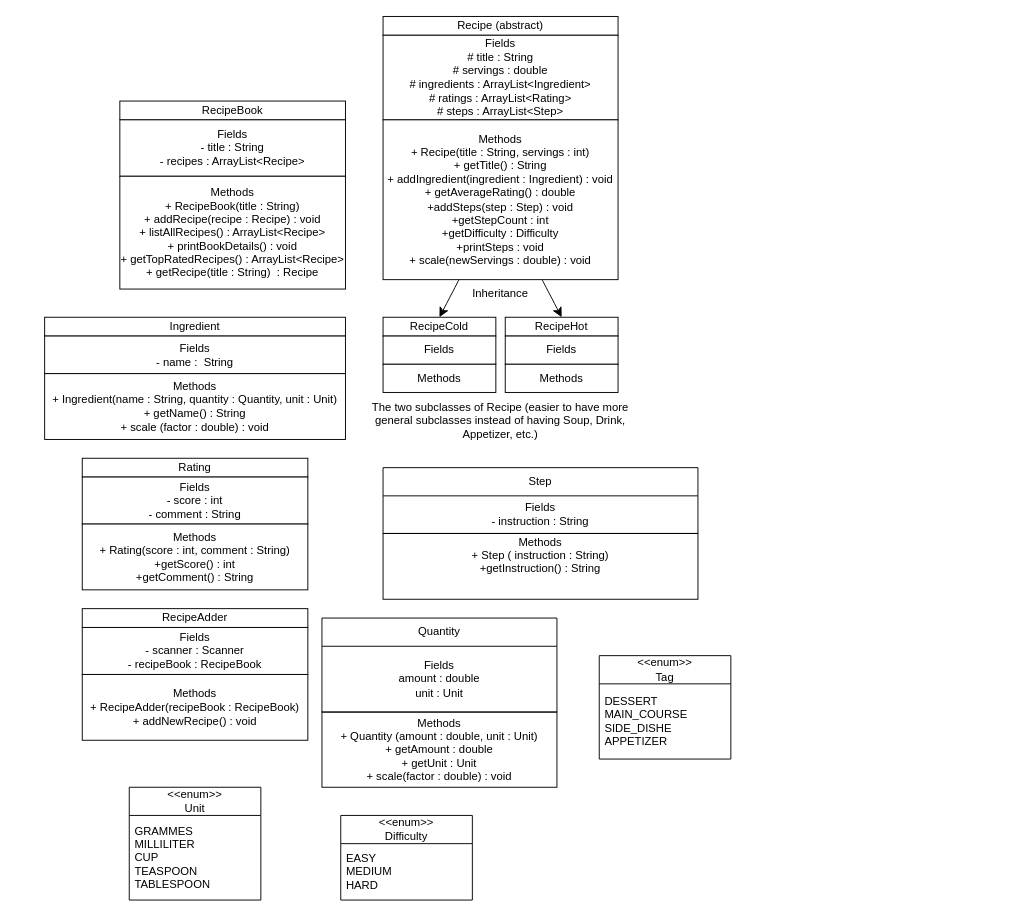
The draw.io diagram UML_LIA Part1.drawio in HTbuilderKid/Recipe_Book_Project, before the edit. Source tidied: cells renumbered, new cells numbered last; positions are measured from the earlier drawing's top-left corner, leaving out a move shared by most shapes. Both pictures are drawn from the tidied source at 94%, with x=0, y=0 at pixel (44, 16).
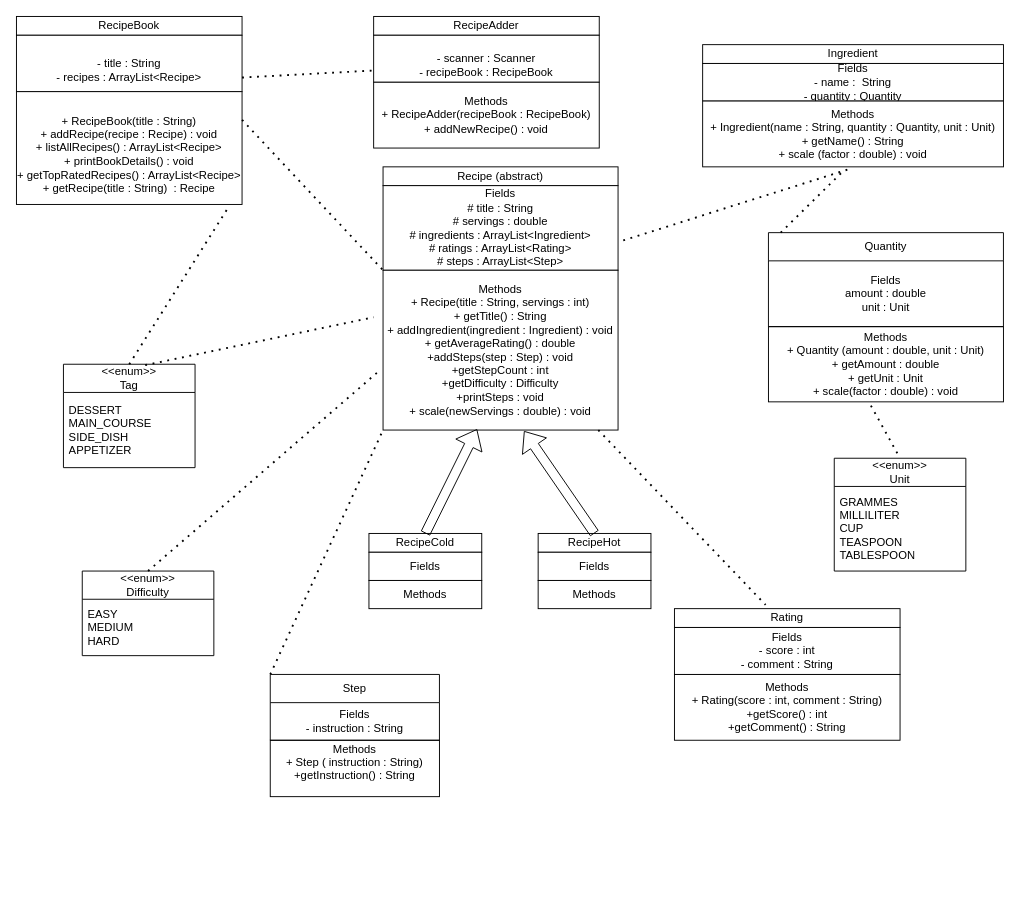
Above is the later version.

The edit, as a diff of the source:
```diff
@@
     <mxCell id="2" value="RecipeBook" style="rounded=0;whiteSpace=wrap;html=1;" parent="1" vertex="1">
-      <mxGeometry x="80" y="90" width="240" height="20" as="geometry" />
+      <mxGeometry x="-30" width="240" height="20" as="geometry" />
     </mxCell>
-    <mxCell id="3" value="Fields&lt;div&gt;- title : String&lt;/div&gt;&lt;div&gt;- recipes : ArrayList&amp;lt;Recipe&amp;gt;&lt;/div&gt;" style="rounded=0;whiteSpace=wrap;html=1;" parent="1" vertex="1">
-      <mxGeometry x="80" y="110" width="240" height="60" as="geometry" />
+    <mxCell id="3" value="&lt;br&gt;&lt;div&gt;- title : String&lt;/div&gt;&lt;div&gt;- recipes : ArrayList&amp;lt;Recipe&amp;gt;&lt;/div&gt;" style="rounded=0;whiteSpace=wrap;html=1;" parent="1" vertex="1">
+      <mxGeometry x="-30" y="20" width="240" height="60" as="geometry" />
     </mxCell>
-    <mxCell id="4" value="Methods&lt;div&gt;+ RecipeBook(title : String)&lt;/div&gt;&lt;div&gt;+ addRecipe(recipe : Recipe) : void&lt;/div&gt;&lt;div&gt;+ listAllRecipes() : ArrayList&amp;lt;Recipe&amp;gt;&lt;/div&gt;&lt;div&gt;+ printBookDetails() : void&lt;/div&gt;&lt;div&gt;+ getTopRatedRecipes() : ArrayList&amp;lt;Recipe&amp;gt;&lt;/div&gt;&lt;div&gt;+ getRecipe(title : String)&amp;nbsp; : Recipe&lt;/div&gt;" style="rounded=0;whiteSpace=wrap;html=1;" parent="1" vertex="1">
-      <mxGeometry x="80" y="170" width="240" height="120" as="geometry" />
+    <mxCell id="4" value="&lt;br&gt;&lt;div&gt;+ RecipeBook(title : String)&lt;/div&gt;&lt;div&gt;+ addRecipe(recipe : Recipe) : void&lt;/div&gt;&lt;div&gt;+ listAllRecipes() : ArrayList&amp;lt;Recipe&amp;gt;&lt;/div&gt;&lt;div&gt;+ printBookDetails() : void&lt;/div&gt;&lt;div&gt;+ getTopRatedRecipes() : ArrayList&amp;lt;Recipe&amp;gt;&lt;/div&gt;&lt;div&gt;+ getRecipe(title : String)&amp;nbsp; : Recipe&lt;/div&gt;" style="rounded=0;whiteSpace=wrap;html=1;" parent="1" vertex="1">
+      <mxGeometry x="-30" y="80" width="240" height="120" as="geometry" />
     </mxCell>
     <mxCell id="5" value="Recipe (abstract)" style="rounded=0;whiteSpace=wrap;html=1;" parent="1" vertex="1">
-      <mxGeometry x="360" width="250" height="20" as="geometry" />
+      <mxGeometry x="360" y="160" width="250" height="20" as="geometry" />
     </mxCell>
     <mxCell id="6" value="Fields&lt;div&gt;# title : String&lt;/div&gt;&lt;div&gt;# servings : double&lt;/div&gt;&lt;div&gt;# ingredients : ArrayList&amp;lt;Ingredient&amp;gt;&lt;/div&gt;&lt;div&gt;# ratings : ArrayList&amp;lt;Rating&amp;gt;&lt;/div&gt;&lt;div&gt;# steps : ArrayList&amp;lt;Step&amp;gt;&lt;/div&gt;" style="rounded=0;whiteSpace=wrap;html=1;" parent="1" vertex="1">
-      <mxGeometry x="360" y="20" width="250" height="90" as="geometry" />
+      <mxGeometry x="360" y="180" width="250" height="90" as="geometry" />
     </mxCell>
-    <mxCell id="7" style="edgeStyle=none;curved=1;rounded=0;jettySize=auto;html=1;entryX=0.5;entryY=0;entryDx=0;entryDy=0;fontSize=12;startSize=8;endSize=8;" parent="1" edge="1" source="9" target="19">
-      <mxGeometry relative="1" as="geometry" />
-    </mxCell>
-    <mxCell id="8" style="edgeStyle=none;curved=1;rounded=0;jettySize=auto;html=1;entryX=0.5;entryY=0;entryDx=0;entryDy=0;fontSize=12;startSize=8;endSize=8;" parent="1" edge="1" source="9" target="22">
-      <mxGeometry relative="1" as="geometry" />
-    </mxCell>
     <mxCell id="9" value="&lt;div&gt;&lt;br&gt;&lt;/div&gt;Methods&lt;div&gt;+ Recipe(title : String, servings : int)&lt;/div&gt;&lt;div&gt;+ getTitle() : String&lt;/div&gt;&lt;div&gt;+ addIngredient(ingredient : Ingredient) : void&lt;/div&gt;&lt;div&gt;+ getAverageRating() : double&lt;/div&gt;&lt;div&gt;+addSteps(step : Step) : void&lt;/div&gt;&lt;div&gt;+getStepCount : int&lt;/div&gt;&lt;div&gt;+getDifficulty : Difficulty&lt;/div&gt;&lt;div&gt;+printSteps : void&lt;/div&gt;&lt;div&gt;+ scale(newServings : double) : void&lt;/div&gt;&lt;div&gt;&lt;br&gt;&lt;/div&gt;" style="rounded=0;whiteSpace=wrap;html=1;" parent="1" vertex="1">
-      <mxGeometry x="360" y="110" width="250" height="170" as="geometry" />
+      <mxGeometry x="360" y="270" width="250" height="170" as="geometry" />
     </mxCell>
     <mxCell id="10" value="Ingredient" style="rounded=0;whiteSpace=wrap;html=1;" parent="1" vertex="1">
-      <mxGeometry y="320" width="320" height="20" as="geometry" />
+      <mxGeometry x="700" y="30" width="320" height="20" as="geometry" />
     </mxCell>
-    <mxCell id="11" value="Fields&lt;div&gt;- name :&amp;nbsp; String&lt;/div&gt;" style="rounded=0;whiteSpace=wrap;html=1;" parent="1" vertex="1">
-      <mxGeometry y="340" width="320" height="40" as="geometry" />
+    <mxCell id="11" value="Fields&lt;div&gt;- name :&amp;nbsp; String&lt;/div&gt;&lt;div&gt;- quantity : Quantity&lt;/div&gt;" style="rounded=0;whiteSpace=wrap;html=1;" parent="1" vertex="1">
+      <mxGeometry x="700" y="50" width="320" height="40" as="geometry" />
     </mxCell>
     <mxCell id="12" value="&lt;div&gt;Methods&lt;/div&gt;+ Ingredient(name : String, quantity : Quantity, unit : Unit)&lt;div&gt;+ getName() : String&lt;/div&gt;&lt;div&gt;+ scale (factor : double) : void&lt;/div&gt;" style="rounded=0;whiteSpace=wrap;html=1;" parent="1" vertex="1">
-      <mxGeometry y="380" width="320" height="70" as="geometry" />
+      <mxGeometry x="700" y="90" width="320" height="70" as="geometry" />
     </mxCell>
     <mxCell id="13" value="Rating" style="rounded=0;whiteSpace=wrap;html=1;" parent="1" vertex="1">
-      <mxGeometry x="40" y="470" width="240" height="20" as="geometry" />
+      <mxGeometry x="670" y="630" width="240" height="20" as="geometry" />
     </mxCell>
     <mxCell id="14" value="Fields&lt;div&gt;- score : int&lt;/div&gt;&lt;div&gt;- comment : String&lt;/div&gt;" style="rounded=0;whiteSpace=wrap;html=1;" parent="1" vertex="1">
-      <mxGeometry x="40" y="490" width="240" height="50" as="geometry" />
+      <mxGeometry x="670" y="650" width="240" height="50" as="geometry" />
     </mxCell>
     <mxCell id="15" value="Methods&lt;div&gt;+ Rating(score : int, comment : String)&lt;/div&gt;&lt;div&gt;+getScore() : int&lt;/div&gt;&lt;div&gt;+getComment() : String&lt;/div&gt;" style="rounded=0;whiteSpace=wrap;html=1;" parent="1" vertex="1">
-      <mxGeometry x="40" y="540" width="240" height="70" as="geometry" />
+      <mxGeometry x="670" y="700" width="240" height="70" as="geometry" />
     </mxCell>
     <mxCell id="16" value="RecipeAdder" style="rounded=0;whiteSpace=wrap;html=1;" parent="1" vertex="1">
-      <mxGeometry x="40" y="630" width="240" height="20" as="geometry" />
+      <mxGeometry x="350" width="240" height="20" as="geometry" />
     </mxCell>
-    <mxCell id="17" value="Fields&lt;div&gt;- scanner : Scanner&lt;/div&gt;&lt;div&gt;- recipeBook : RecipeBook&lt;/div&gt;" style="rounded=0;whiteSpace=wrap;html=1;" parent="1" vertex="1">
-      <mxGeometry x="40" y="650" width="240" height="50" as="geometry" />
+    <mxCell id="17" value="&lt;br&gt;&lt;div&gt;- scanner : Scanner&lt;/div&gt;&lt;div&gt;- recipeBook : RecipeBook&lt;/div&gt;" style="rounded=0;whiteSpace=wrap;html=1;" parent="1" vertex="1">
+      <mxGeometry x="350" y="20" width="240" height="50" as="geometry" />
     </mxCell>
     <mxCell id="18" value="Methods&lt;div&gt;+ RecipeAdder(recipeBook : RecipeBook)&lt;/div&gt;&lt;div&gt;+ addNewRecipe() : void&lt;/div&gt;" style="rounded=0;whiteSpace=wrap;html=1;" parent="1" vertex="1">
-      <mxGeometry x="40" y="700" width="240" height="70" as="geometry" />
+      <mxGeometry x="350" y="70" width="240" height="70" as="geometry" />
     </mxCell>
     <mxCell id="19" value="RecipeCold" style="rounded=0;whiteSpace=wrap;html=1;" parent="1" vertex="1">
-      <mxGeometry x="360" y="320" width="120" height="20" as="geometry" />
+      <mxGeometry x="345" y="550" width="120" height="20" as="geometry" />
     </mxCell>
     <mxCell id="20" value="Fields" style="rounded=0;whiteSpace=wrap;html=1;" parent="1" vertex="1">
-      <mxGeometry x="360" y="340" width="120" height="30" as="geometry" />
+      <mxGeometry x="345" y="570" width="120" height="30" as="geometry" />
     </mxCell>
     <mxCell id="21" value="Methods" style="rounded=0;whiteSpace=wrap;html=1;" parent="1" vertex="1">
-      <mxGeometry x="360" y="370" width="120" height="30" as="geometry" />
+      <mxGeometry x="345" y="600" width="120" height="30" as="geometry" />
     </mxCell>
     <mxCell id="22" value="RecipeHot" style="rounded=0;whiteSpace=wrap;html=1;" parent="1" vertex="1">
-      <mxGeometry x="490" y="320" width="120" height="20" as="geometry" />
+      <mxGeometry x="525" y="550" width="120" height="20" as="geometry" />
     </mxCell>
     <mxCell id="23" value="Fields" style="rounded=0;whiteSpace=wrap;html=1;" parent="1" vertex="1">
-      <mxGeometry x="490" y="340" width="120" height="30" as="geometry" />
+      <mxGeometry x="525" y="570" width="120" height="30" as="geometry" />
     </mxCell>
     <mxCell id="24" value="Methods" style="rounded=0;whiteSpace=wrap;html=1;" parent="1" vertex="1">
-      <mxGeometry x="490" y="370" width="120" height="30" as="geometry" />
+      <mxGeometry x="525" y="600" width="120" height="30" as="geometry" />
     </mxCell>
-    <mxCell id="25" value="Inheritance" style="text;html=1;whiteSpace=wrap;strokeColor=none;fillColor=none;align=center;verticalAlign=middle;rounded=0;" parent="1" vertex="1">
-      <mxGeometry x="455" y="280" width="60" height="30" as="geometry" />
-    </mxCell>
-    <mxCell id="26" value="The two subclasses of Recipe (easier to have more general subclasses instead of having Soup, Drink, Appetizer, etc.)" style="text;html=1;whiteSpace=wrap;strokeColor=none;fillColor=none;align=center;verticalAlign=middle;rounded=0;" parent="1" vertex="1">
-      <mxGeometry x="345" y="410" width="280" height="40" as="geometry" />
-    </mxCell>
     <mxCell id="27" value="&amp;lt;&amp;lt;enum&amp;gt;&amp;gt;&lt;div&gt;Unit&lt;/div&gt;" style="swimlane;fontStyle=0;horizontal=1;startSize=30;whiteSpace=wrap;html=1;" parent="1" vertex="1">
-      <mxGeometry x="90" y="820" width="140" height="120" as="geometry" />
+      <mxGeometry x="840" y="470" width="140" height="120" as="geometry" />
     </mxCell>
@@
     <mxCell id="29" value="&amp;lt;&amp;lt;enum&amp;gt;&amp;gt;&lt;div&gt;Tag&lt;/div&gt;" style="swimlane;fontStyle=0;horizontal=1;startSize=30;whiteSpace=wrap;html=1;" parent="1" vertex="1">
-      <mxGeometry x="590" y="680" width="140" height="110" as="geometry" />
+      <mxGeometry x="20" y="370" width="140" height="110" as="geometry" />
     </mxCell>
-    <mxCell id="30" value="DESSERT&lt;div&gt;MAIN_COURSE&lt;/div&gt;&lt;div&gt;SIDE_DISHE&lt;/div&gt;&lt;div&gt;APPETIZER&lt;/div&gt;" style="text;strokeColor=none;fillColor=none;align=left;verticalAlign=middle;spacingLeft=4;spacingRight=4;overflow=hidden;whiteSpace=wrap;html=1;" parent="29" vertex="1">
+    <mxCell id="30" value="DESSERT&lt;div&gt;MAIN_COURSE&lt;/div&gt;&lt;div&gt;SIDE_DISH&lt;/div&gt;&lt;div&gt;APPETIZER&lt;/div&gt;" style="text;strokeColor=none;fillColor=none;align=left;verticalAlign=middle;spacingLeft=4;spacingRight=4;overflow=hidden;whiteSpace=wrap;html=1;" parent="29" vertex="1">
       <mxGeometry y="30" width="140" height="80" as="geometry" />
     </mxCell>
     <mxCell id="31" value="Step" style="swimlane;fontStyle=0;horizontal=1;startSize=30;whiteSpace=wrap;html=1;" parent="1" vertex="1">
-      <mxGeometry x="360" y="480" width="335" height="70" as="geometry" />
+      <mxGeometry x="240" y="700" width="180" height="70" as="geometry" />
     </mxCell>
     <mxCell id="32" value="Fields&lt;div&gt;- instruction : String&lt;/div&gt;" style="text;strokeColor=none;fillColor=none;align=center;verticalAlign=middle;spacingLeft=4;spacingRight=4;overflow=hidden;whiteSpace=wrap;html=1;" parent="31" vertex="1">
-      <mxGeometry y="30" width="335" height="40" as="geometry" />
+      <mxGeometry y="30" width="180" height="40" as="geometry" />
     </mxCell>
     <mxCell id="33" value="&amp;lt;&amp;lt;enum&amp;gt;&amp;gt;&lt;div&gt;Difficulty&lt;/div&gt;" style="swimlane;fontStyle=0;horizontal=1;startSize=30;whiteSpace=wrap;html=1;" parent="1" vertex="1">
-      <mxGeometry x="315" y="850" width="140" height="90" as="geometry" />
+      <mxGeometry x="40" y="590" width="140" height="90" as="geometry" />
     </mxCell>
@@
     <mxCell id="35" value="Quantity" style="swimlane;fontStyle=0;horizontal=1;startSize=30;whiteSpace=wrap;html=1;" parent="1" vertex="1">
-      <mxGeometry x="295" y="640" width="250" height="100" as="geometry" />
+      <mxGeometry x="770" y="230" width="250" height="100" as="geometry" />
     </mxCell>
@@
     <mxCell id="37" value="Methods&lt;div&gt;+ Quantity (amount : double, unit : Unit)&lt;/div&gt;&lt;div&gt;+ getAmount : double&lt;/div&gt;&lt;div&gt;+ getUnit : Unit&lt;/div&gt;&lt;div&gt;+ scale(factor : double) : void&lt;/div&gt;" style="text;strokeColor=default;fillColor=none;align=center;verticalAlign=middle;spacingLeft=4;spacingRight=4;overflow=hidden;points=[[0,0.5],[1,0.5]];portConstraint=eastwest;whiteSpace=wrap;html=1;" parent="1" vertex="1">
-      <mxGeometry x="295" y="740" width="250" height="80" as="geometry" />
+      <mxGeometry x="770" y="330" width="250" height="80" as="geometry" />
     </mxCell>
     <mxCell id="38" value="Methods&lt;div&gt;+ Step ( instruction : String)&lt;/div&gt;&lt;div&gt;+getInstruction() : String&lt;/div&gt;&lt;div&gt;&lt;br&gt;&lt;/div&gt;&lt;div&gt;&lt;br&gt;&lt;/div&gt;" style="text;strokeColor=default;fillColor=none;align=center;verticalAlign=middle;spacingLeft=4;spacingRight=4;overflow=hidden;whiteSpace=wrap;html=1;" parent="1" vertex="1">
-      <mxGeometry x="360" y="550" width="335" height="70" as="geometry" />
+      <mxGeometry x="240" y="770" width="180" height="60" as="geometry" />
     </mxCell>
+    <mxCell id="39" style="shape=flexArrow;endArrow=classic;html=1;rounded=0;entryX=0.4;entryY=0.994;entryDx=0;entryDy=0;entryPerimeter=0;exitX=0.5;exitY=0;exitDx=0;exitDy=0;" parent="1" edge="1" source="19" target="9">
+      <mxGeometry relative="1" as="geometry" />
+    </mxCell>
+    <mxCell id="40" style="shape=flexArrow;endArrow=classic;html=1;rounded=0;entryX=0.6;entryY=1.006;entryDx=0;entryDy=0;exitX=0.5;exitY=0;exitDx=0;exitDy=0;entryPerimeter=0;" parent="1" edge="1" source="22" target="9">
+      <mxGeometry relative="1" as="geometry" />
+    </mxCell>
+    <mxCell id="41" style="endArrow=none;dashed=1;html=1;dashPattern=1 3;strokeWidth=2;rounded=0;exitX=1;exitY=0.25;exitDx=0;exitDy=0;entryX=0;entryY=0;entryDx=0;entryDy=0;" parent="1" edge="1" source="4" target="9">
+      <mxGeometry relative="1" as="geometry" />
+    </mxCell>
+    <mxCell id="42" style="endArrow=none;dashed=1;html=1;dashPattern=1 3;strokeWidth=2;rounded=0;exitX=0.481;exitY=1.043;exitDx=0;exitDy=0;entryX=1;entryY=0.667;entryDx=0;entryDy=0;entryPerimeter=0;exitPerimeter=0;" parent="1" edge="1" source="12" target="6">
+      <mxGeometry relative="1" as="geometry" />
+    </mxCell>
+    <mxCell id="43" style="endArrow=none;dashed=1;html=1;dashPattern=1 3;strokeWidth=2;rounded=0;entryX=0;entryY=1;entryDx=0;entryDy=0;exitX=0;exitY=0;exitDx=0;exitDy=0;" parent="1" edge="1" source="31" target="9">
+      <mxGeometry relative="1" as="geometry" />
+    </mxCell>
+    <mxCell id="44" style="endArrow=none;dashed=1;html=1;dashPattern=1 3;strokeWidth=2;rounded=0;exitX=1;exitY=0.75;exitDx=0;exitDy=0;entryX=0;entryY=0.75;entryDx=0;entryDy=0;" parent="1" edge="1" source="3" target="17">
+      <mxGeometry relative="1" as="geometry" />
+    </mxCell>
+    <mxCell id="45" style="endArrow=none;dashed=1;html=1;dashPattern=1 3;strokeWidth=2;rounded=0;exitX=0.052;exitY=0;exitDx=0;exitDy=0;exitPerimeter=0;" parent="1" edge="1" source="35">
+      <mxGeometry relative="1" as="geometry">
+        <mxPoint x="850" y="164" as="targetPoint" />
+      </mxGeometry>
+    </mxCell>
+    <mxCell id="46" style="endArrow=none;dashed=1;html=1;dashPattern=1 3;strokeWidth=2;rounded=0;exitX=0.436;exitY=1.05;exitDx=0;exitDy=0;exitPerimeter=0;entryX=0.5;entryY=0;entryDx=0;entryDy=0;" parent="1" edge="1" source="37" target="27">
+      <mxGeometry relative="1" as="geometry" />
+    </mxCell>
+    <mxCell id="47" style="endArrow=none;dashed=1;html=1;dashPattern=1 3;strokeWidth=2;rounded=0;exitX=0.5;exitY=0;exitDx=0;exitDy=0;entryX=-0.012;entryY=0.624;entryDx=0;entryDy=0;entryPerimeter=0;" parent="1" edge="1" source="33" target="9">
+      <mxGeometry relative="1" as="geometry" />
+    </mxCell>
+    <mxCell id="48" style="endArrow=none;dashed=1;html=1;dashPattern=1 3;strokeWidth=2;rounded=0;exitX=0.621;exitY=0.009;exitDx=0;exitDy=0;exitPerimeter=0;" parent="1" edge="1" source="29">
+      <mxGeometry relative="1" as="geometry">
+        <mxPoint x="350" y="320" as="targetPoint" />
+      </mxGeometry>
+    </mxCell>
+    <mxCell id="49" style="endArrow=none;dashed=1;html=1;dashPattern=1 3;strokeWidth=2;rounded=0;entryX=0.942;entryY=1.017;entryDx=0;entryDy=0;entryPerimeter=0;" parent="1" edge="1" target="4">
+      <mxGeometry relative="1" as="geometry">
+        <mxPoint x="90" y="370" as="sourcePoint" />
+      </mxGeometry>
+    </mxCell>
+    <mxCell id="50" style="endArrow=none;dashed=1;html=1;dashPattern=1 3;strokeWidth=2;rounded=0;entryX=0.404;entryY=-0.2;entryDx=0;entryDy=0;entryPerimeter=0;exitX=0.916;exitY=1;exitDx=0;exitDy=0;exitPerimeter=0;" parent="1" edge="1" source="9" target="13">
+      <mxGeometry relative="1" as="geometry" />
+    </mxCell>
```
